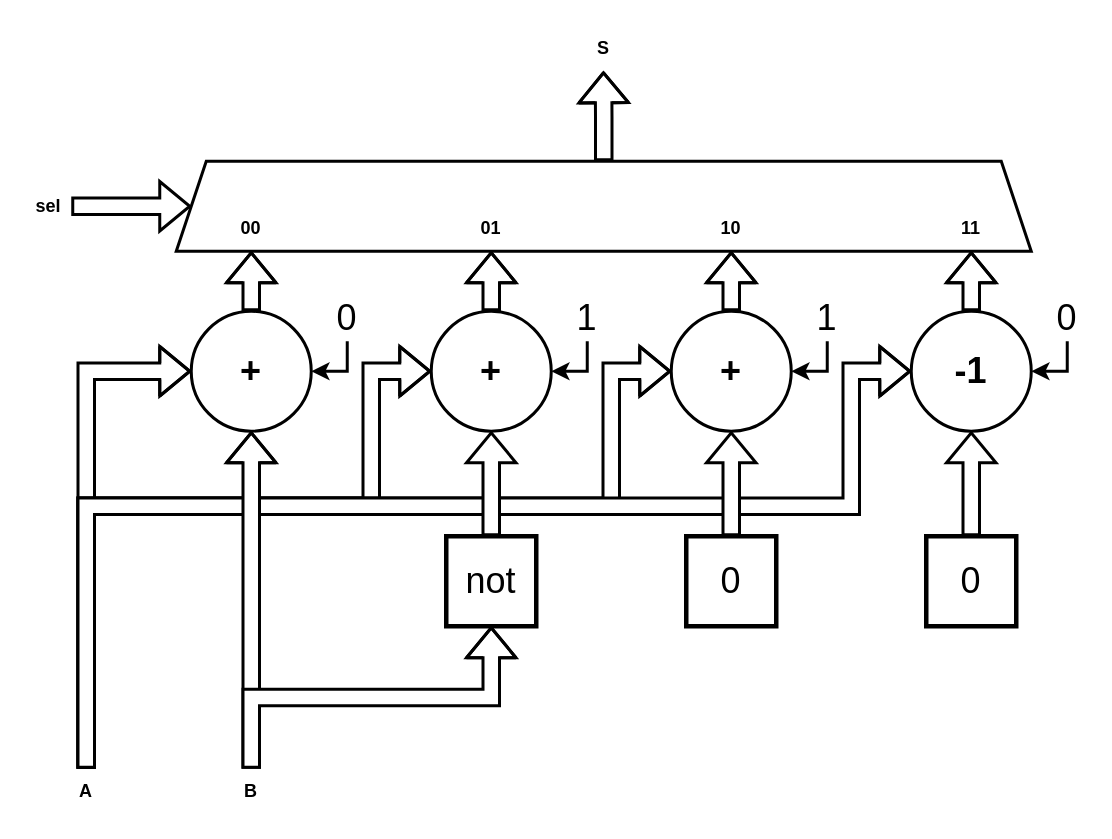
This is page "figure_20" (20 of 24) of assets/images/2021-12-21-verilogHDL_chapter3_combinational_logic/시스템_반도체_설계_3장.drawio from ParkDongho/ParkDongho.github.io, a draw.io file, before an edit. Source tidied: cells renumbered, new cells numbered last; positions are measured from the earlier drawing's top-left corner, leaving out a move shared by most shapes. Both pictures are drawn from the tidied source at 150%, with x=0, y=0 at pixel (26, 26).
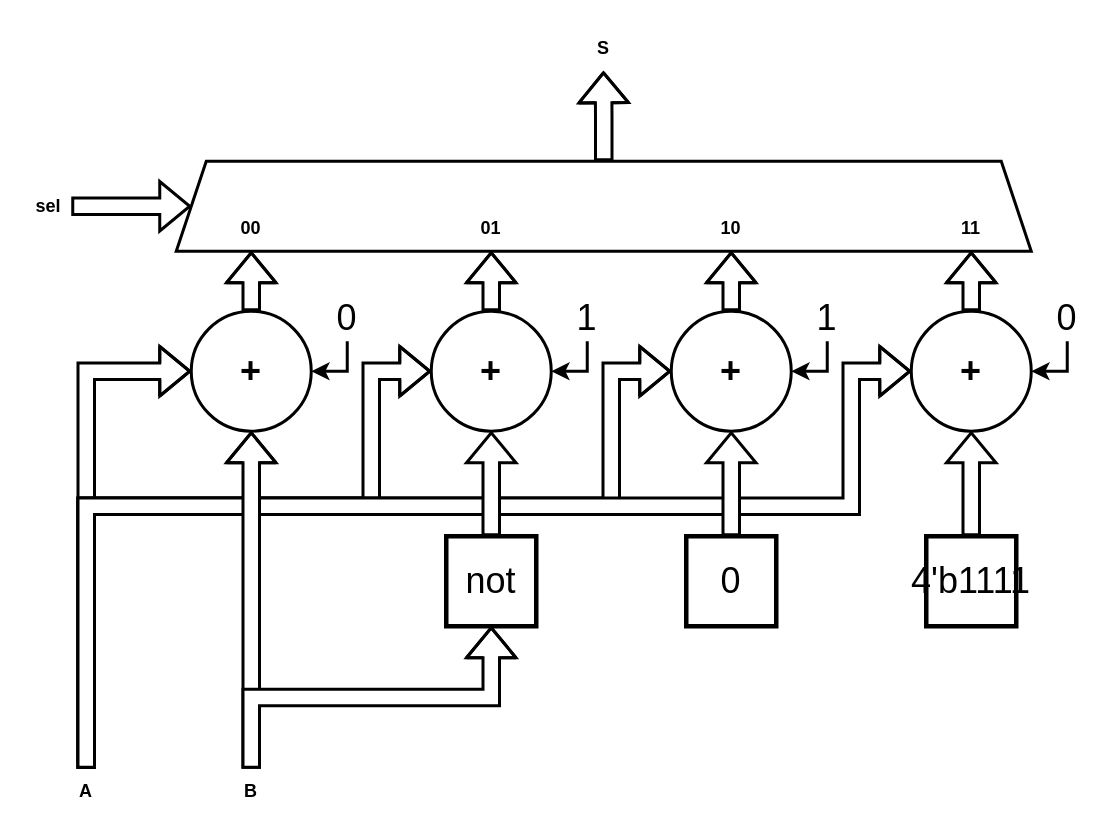
Above is the later version.

What changed in the source:
```diff
@@
-    <mxCell id="11" value="-1" style="ellipse;whiteSpace=wrap;html=1;fontSize=24;strokeWidth=2;fillColor=none;fontStyle=1;" parent="1" vertex="1">
+    <mxCell id="11" value="+" style="ellipse;whiteSpace=wrap;html=1;fontSize=24;strokeWidth=2;fillColor=none;fontStyle=1;" parent="1" vertex="1">
       <mxGeometry x="590" y="190" width="80" height="80" as="geometry" />
     </mxCell>
@@
-    <mxCell id="32" value="0" style="rounded=0;whiteSpace=wrap;html=1;fontSize=24;strokeWidth=3;fillColor=none;" parent="1" vertex="1">
+    <mxCell id="32" value="4'b1111" style="rounded=0;whiteSpace=wrap;html=1;fontSize=24;strokeWidth=3;fillColor=none;" parent="1" vertex="1">
       <mxGeometry x="600" y="340" width="60" height="60" as="geometry" />
     </mxCell>
```
